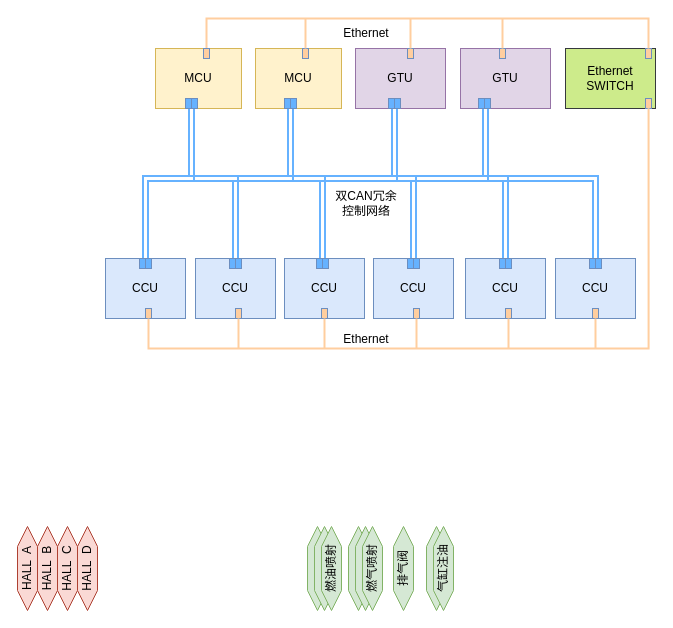
Earlier version of the draw.io diagram 智能控制系统架构.drawio (csroderek/drawio). Source tidied: cells renumbered, new cells numbered last; positions are measured from the earlier drawing's top-left corner, leaving out a move shared by most shapes. Both pictures are drawn from the tidied source at 100%, with x=0, y=0 at pixel (-15, 18).
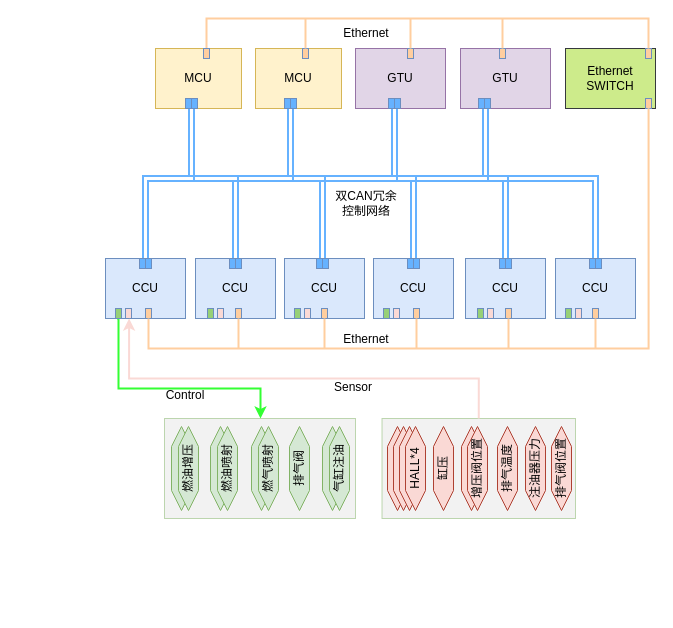
After the change.

Commit message:
更新智能控制系统架构.drawio

What changed in the source:
```diff
@@
-    <mxCell id="2" style="shape=hexagon;perimeter=hexagonPerimeter2;whiteSpace=wrap;html=1;fixedSize=1;rotation=-90;fillColor=#d5e8d4;strokeColor=#82b366;" parent="1" vertex="1">
-      <mxGeometry x="290" y="540" width="84" height="20" as="geometry" />
-    </mxCell>
+    <mxCell id="80" style="rounded=0;whiteSpace=wrap;html=1;fillColor=#E6E6E6;strokeColor=#82b366;opacity=50;" parent="1" vertex="1">
+      <mxGeometry x="396.5" y="400" width="193.5" height="100" as="geometry" />
+    </mxCell>
+    <mxCell id="81" style="rounded=0;whiteSpace=wrap;html=1;fillColor=#E6E6E6;strokeColor=#82b366;opacity=50;" parent="1" vertex="1">
+      <mxGeometry x="179" y="400" width="191" height="100" as="geometry" />
+    </mxCell>
@@
     <mxCell id="4" style="shape=hexagon;perimeter=hexagonPerimeter2;whiteSpace=wrap;html=1;fixedSize=1;rotation=-90;fillColor=#d5e8d4;strokeColor=#82b366;" parent="1" vertex="1">
-      <mxGeometry x="297" y="540" width="84" height="20" as="geometry" />
+      <mxGeometry x="193" y="440" width="84" height="20" as="geometry" />
     </mxCell>
     <mxCell id="5" value="燃油喷射" style="shape=hexagon;perimeter=hexagonPerimeter2;whiteSpace=wrap;html=1;fixedSize=1;rotation=-90;fillColor=#d5e8d4;strokeColor=#82b366;" parent="1" vertex="1">
-      <mxGeometry x="304" y="540" width="84" height="20" as="geometry" />
+      <mxGeometry x="200" y="440" width="84" height="20" as="geometry" />
     </mxCell>
-    <mxCell id="6" style="shape=hexagon;perimeter=hexagonPerimeter2;whiteSpace=wrap;html=1;fixedSize=1;rotation=-90;fillColor=#d5e8d4;strokeColor=#82b366;" parent="1" vertex="1">
-      <mxGeometry x="331" y="540" width="84" height="20" as="geometry" />
-    </mxCell>
     <mxCell id="7" style="shape=hexagon;perimeter=hexagonPerimeter2;whiteSpace=wrap;html=1;fixedSize=1;rotation=-90;fillColor=#d5e8d4;strokeColor=#82b366;" parent="1" vertex="1">
-      <mxGeometry x="338" y="540" width="84" height="20" as="geometry" />
+      <mxGeometry x="234" y="440" width="84" height="20" as="geometry" />
     </mxCell>
     <mxCell id="8" value="燃气喷射" style="shape=hexagon;perimeter=hexagonPerimeter2;whiteSpace=wrap;html=1;fixedSize=1;rotation=-90;fillColor=#d5e8d4;strokeColor=#82b366;" parent="1" vertex="1">
-      <mxGeometry x="345" y="540" width="84" height="20" as="geometry" />
+      <mxGeometry x="241" y="440" width="84" height="20" as="geometry" />
     </mxCell>
     <mxCell id="9" value="排气阀" style="shape=hexagon;perimeter=hexagonPerimeter2;whiteSpace=wrap;html=1;fixedSize=1;rotation=-90;fillColor=#d5e8d4;strokeColor=#82b366;" parent="1" vertex="1">
-      <mxGeometry x="376" y="540" width="84" height="20" as="geometry" />
+      <mxGeometry x="272" y="440" width="84" height="20" as="geometry" />
     </mxCell>
     <mxCell id="10" style="shape=hexagon;perimeter=hexagonPerimeter2;whiteSpace=wrap;html=1;fixedSize=1;rotation=-90;fillColor=#d5e8d4;strokeColor=#82b366;" parent="1" vertex="1">
-      <mxGeometry x="409" y="540" width="84" height="20" as="geometry" />
+      <mxGeometry x="305" y="440" width="84" height="20" as="geometry" />
     </mxCell>
@@
-    <mxCell id="20" value="HALL&amp;nbsp; A" style="shape=hexagon;perimeter=hexagonPerimeter2;whiteSpace=wrap;html=1;fixedSize=1;rotation=-90;fillColor=#fad9d5;strokeColor=#ae4132;" parent="1" vertex="1">
-      <mxGeometry y="540" width="84" height="20" as="geometry" />
+    <mxCell id="20" style="shape=hexagon;perimeter=hexagonPerimeter2;whiteSpace=wrap;html=1;fixedSize=1;rotation=-90;fillColor=#fad9d5;strokeColor=#ae4132;" parent="1" vertex="1">
+      <mxGeometry x="370" y="440" width="84" height="20" as="geometry" />
     </mxCell>
-    <mxCell id="21" value="HALL&amp;nbsp; B" style="shape=hexagon;perimeter=hexagonPerimeter2;whiteSpace=wrap;html=1;fixedSize=1;rotation=-90;fillColor=#fad9d5;strokeColor=#ae4132;" parent="1" vertex="1">
-      <mxGeometry x="20" y="540" width="84" height="20" as="geometry" />
+    <mxCell id="21" style="shape=hexagon;perimeter=hexagonPerimeter2;whiteSpace=wrap;html=1;fixedSize=1;rotation=-90;fillColor=#fad9d5;strokeColor=#ae4132;" parent="1" vertex="1">
+      <mxGeometry x="376" y="440" width="84" height="20" as="geometry" />
     </mxCell>
-    <mxCell id="22" value="HALL&amp;nbsp; C" style="shape=hexagon;perimeter=hexagonPerimeter2;whiteSpace=wrap;html=1;fixedSize=1;rotation=-90;fillColor=#fad9d5;strokeColor=#ae4132;" parent="1" vertex="1">
-      <mxGeometry x="40" y="540" width="84" height="20" as="geometry" />
+    <mxCell id="22" style="shape=hexagon;perimeter=hexagonPerimeter2;whiteSpace=wrap;html=1;fixedSize=1;rotation=-90;fillColor=#fad9d5;strokeColor=#ae4132;" parent="1" vertex="1">
+      <mxGeometry x="382" y="440" width="84" height="20" as="geometry" />
     </mxCell>
-    <mxCell id="23" value="HALL&amp;nbsp; D" style="shape=hexagon;perimeter=hexagonPerimeter2;whiteSpace=wrap;html=1;fixedSize=1;rotation=-90;fillColor=#fad9d5;strokeColor=#ae4132;" parent="1" vertex="1">
-      <mxGeometry x="60" y="540" width="84" height="20" as="geometry" />
+    <mxCell id="23" value="HALL*4" style="shape=hexagon;perimeter=hexagonPerimeter2;whiteSpace=wrap;html=1;fixedSize=1;rotation=-90;fillColor=#fad9d5;strokeColor=#ae4132;" parent="1" vertex="1">
+      <mxGeometry x="388" y="440" width="84" height="20" as="geometry" />
     </mxCell>
@@
     <mxCell id="25" value="气缸注油" style="shape=hexagon;perimeter=hexagonPerimeter2;whiteSpace=wrap;html=1;fixedSize=1;rotation=-90;fillColor=#d5e8d4;strokeColor=#82b366;" parent="1" vertex="1">
-      <mxGeometry x="416" y="540" width="84" height="20" as="geometry" />
+      <mxGeometry x="312" y="440" width="84" height="20" as="geometry" />
     </mxCell>
@@
+    <mxCell id="82" style="shape=hexagon;perimeter=hexagonPerimeter2;whiteSpace=wrap;html=1;fixedSize=1;rotation=-90;fillColor=#d5e8d4;strokeColor=#82b366;" parent="1" vertex="1">
+      <mxGeometry x="154" y="440" width="84" height="20" as="geometry" />
+    </mxCell>
+    <mxCell id="83" value="燃油增压" style="shape=hexagon;perimeter=hexagonPerimeter2;whiteSpace=wrap;html=1;fixedSize=1;rotation=-90;fillColor=#d5e8d4;strokeColor=#82b366;" parent="1" vertex="1">
+      <mxGeometry x="161" y="440" width="84" height="20" as="geometry" />
+    </mxCell>
+    <mxCell id="84" value="缸压" style="shape=hexagon;perimeter=hexagonPerimeter2;whiteSpace=wrap;html=1;fixedSize=1;rotation=-90;fillColor=#fad9d5;strokeColor=#ae4132;" parent="1" vertex="1">
+      <mxGeometry x="416" y="440" width="84" height="20" as="geometry" />
+    </mxCell>
+    <mxCell id="85" style="shape=hexagon;perimeter=hexagonPerimeter2;whiteSpace=wrap;html=1;fixedSize=1;rotation=-90;fillColor=#fad9d5;strokeColor=#ae4132;" parent="1" vertex="1">
+      <mxGeometry x="444" y="440" width="84" height="20" as="geometry" />
+    </mxCell>
+    <mxCell id="86" value="增压阀位置" style="shape=hexagon;perimeter=hexagonPerimeter2;whiteSpace=wrap;html=1;fixedSize=1;rotation=-90;fillColor=#fad9d5;strokeColor=#ae4132;" parent="1" vertex="1">
+      <mxGeometry x="450" y="440" width="84" height="20" as="geometry" />
+    </mxCell>
+    <mxCell id="87" value="排气温度" style="shape=hexagon;perimeter=hexagonPerimeter2;whiteSpace=wrap;html=1;fixedSize=1;rotation=-90;fillColor=#fad9d5;strokeColor=#ae4132;" parent="1" vertex="1">
+      <mxGeometry x="480" y="440" width="84" height="20" as="geometry" />
+    </mxCell>
+    <mxCell id="88" value="注油器压力" style="shape=hexagon;perimeter=hexagonPerimeter2;whiteSpace=wrap;html=1;fixedSize=1;rotation=-90;fillColor=#fad9d5;strokeColor=#ae4132;" parent="1" vertex="1">
+      <mxGeometry x="508" y="440" width="84" height="20" as="geometry" />
+    </mxCell>
+    <mxCell id="89" value="排气阀位置" style="shape=hexagon;perimeter=hexagonPerimeter2;whiteSpace=wrap;html=1;fixedSize=1;rotation=-90;fillColor=#fad9d5;strokeColor=#ae4132;" parent="1" vertex="1">
+      <mxGeometry x="534" y="440" width="84" height="20" as="geometry" />
+    </mxCell>
+    <mxCell id="90" style="edgeStyle=orthogonalEdgeStyle;rounded=0;jettySize=auto;html=1;exitX=0.25;exitY=1;exitDx=0;exitDy=0;strokeColor=#33FF33;strokeWidth=2;" parent="1" edge="1" source="91" target="81">
+      <mxGeometry relative="1" as="geometry">
+        <Array as="points">
+          <mxPoint x="133" y="300" />
+          <mxPoint x="133" y="370" />
+          <mxPoint x="275" y="370" />
+        </Array>
+      </mxGeometry>
+    </mxCell>
+    <mxCell id="91" style="rounded=0;whiteSpace=wrap;html=1;fillColor=#97D077;strokeColor=#6c8ebf;gradientColor=none;" parent="1" vertex="1">
+      <mxGeometry x="130" y="290" width="6" height="10" as="geometry" />
+    </mxCell>
+    <mxCell id="92" style="rounded=0;whiteSpace=wrap;html=1;fillColor=#fad9d5;strokeColor=#6c8ebf;gradientColor=none;" parent="1" vertex="1">
+      <mxGeometry x="140" y="290" width="6" height="10" as="geometry" />
+    </mxCell>
+    <mxCell id="93" style="edgeStyle=orthogonalEdgeStyle;rounded=0;jettySize=auto;html=1;exitX=0.5;exitY=0;exitDx=0;exitDy=0;entryX=0.429;entryY=0.881;entryDx=0;entryDy=0;entryPerimeter=0;strokeColor=#fad9d5;strokeWidth=2;" parent="1" edge="1" source="80">
+      <mxGeometry relative="1" as="geometry">
+        <mxPoint x="143.6" y="300" as="targetPoint" />
+        <Array as="points">
+          <mxPoint x="493" y="400" />
+          <mxPoint x="493" y="360" />
+          <mxPoint x="144" y="360" />
+        </Array>
+      </mxGeometry>
+    </mxCell>
+    <mxCell id="94" style="rounded=0;whiteSpace=wrap;html=1;fillColor=#97D077;strokeColor=#6c8ebf;gradientColor=none;" parent="1" vertex="1">
+      <mxGeometry x="222" y="290" width="6" height="10" as="geometry" />
+    </mxCell>
+    <mxCell id="95" style="rounded=0;whiteSpace=wrap;html=1;fillColor=#fad9d5;strokeColor=#6c8ebf;gradientColor=none;" parent="1" vertex="1">
+      <mxGeometry x="232" y="290" width="6" height="10" as="geometry" />
+    </mxCell>
+    <mxCell id="96" style="rounded=0;whiteSpace=wrap;html=1;fillColor=#97D077;strokeColor=#6c8ebf;gradientColor=none;" parent="1" vertex="1">
+      <mxGeometry x="309" y="290" width="6" height="10" as="geometry" />
+    </mxCell>
+    <mxCell id="97" style="rounded=0;whiteSpace=wrap;html=1;fillColor=#fad9d5;strokeColor=#6c8ebf;gradientColor=none;" parent="1" vertex="1">
+      <mxGeometry x="319" y="290" width="6" height="10" as="geometry" />
+    </mxCell>
+    <mxCell id="98" style="rounded=0;whiteSpace=wrap;html=1;fillColor=#97D077;strokeColor=#6c8ebf;gradientColor=none;" parent="1" vertex="1">
+      <mxGeometry x="398" y="290" width="6" height="10" as="geometry" />
+    </mxCell>
+    <mxCell id="99" style="rounded=0;whiteSpace=wrap;html=1;fillColor=#fad9d5;strokeColor=#6c8ebf;gradientColor=none;" parent="1" vertex="1">
+      <mxGeometry x="408" y="290" width="6" height="10" as="geometry" />
+    </mxCell>
+    <mxCell id="100" style="rounded=0;whiteSpace=wrap;html=1;fillColor=#97D077;strokeColor=#6c8ebf;gradientColor=none;" parent="1" vertex="1">
+      <mxGeometry x="492" y="290" width="6" height="10" as="geometry" />
+    </mxCell>
+    <mxCell id="101" style="rounded=0;whiteSpace=wrap;html=1;fillColor=#fad9d5;strokeColor=#6c8ebf;gradientColor=none;" parent="1" vertex="1">
+      <mxGeometry x="502" y="290" width="6" height="10" as="geometry" />
+    </mxCell>
+    <mxCell id="102" style="rounded=0;whiteSpace=wrap;html=1;fillColor=#97D077;strokeColor=#6c8ebf;gradientColor=none;" parent="1" vertex="1">
+      <mxGeometry x="580" y="290" width="6" height="10" as="geometry" />
+    </mxCell>
+    <mxCell id="103" style="rounded=0;whiteSpace=wrap;html=1;fillColor=#fad9d5;strokeColor=#6c8ebf;gradientColor=none;" parent="1" vertex="1">
+      <mxGeometry x="590" y="290" width="6" height="10" as="geometry" />
+    </mxCell>
+    <mxCell id="104" value="Control" style="text;html=1;strokeColor=none;fillColor=none;align=center;verticalAlign=middle;whiteSpace=wrap;rounded=0;" parent="1" vertex="1">
+      <mxGeometry x="140" y="362" width="120" height="30" as="geometry" />
+    </mxCell>
+    <mxCell id="105" value="Sensor" style="text;html=1;strokeColor=none;fillColor=none;align=center;verticalAlign=middle;whiteSpace=wrap;rounded=0;" parent="1" vertex="1">
+      <mxGeometry x="299" y="354" width="138" height="30" as="geometry" />
+    </mxCell>
```
